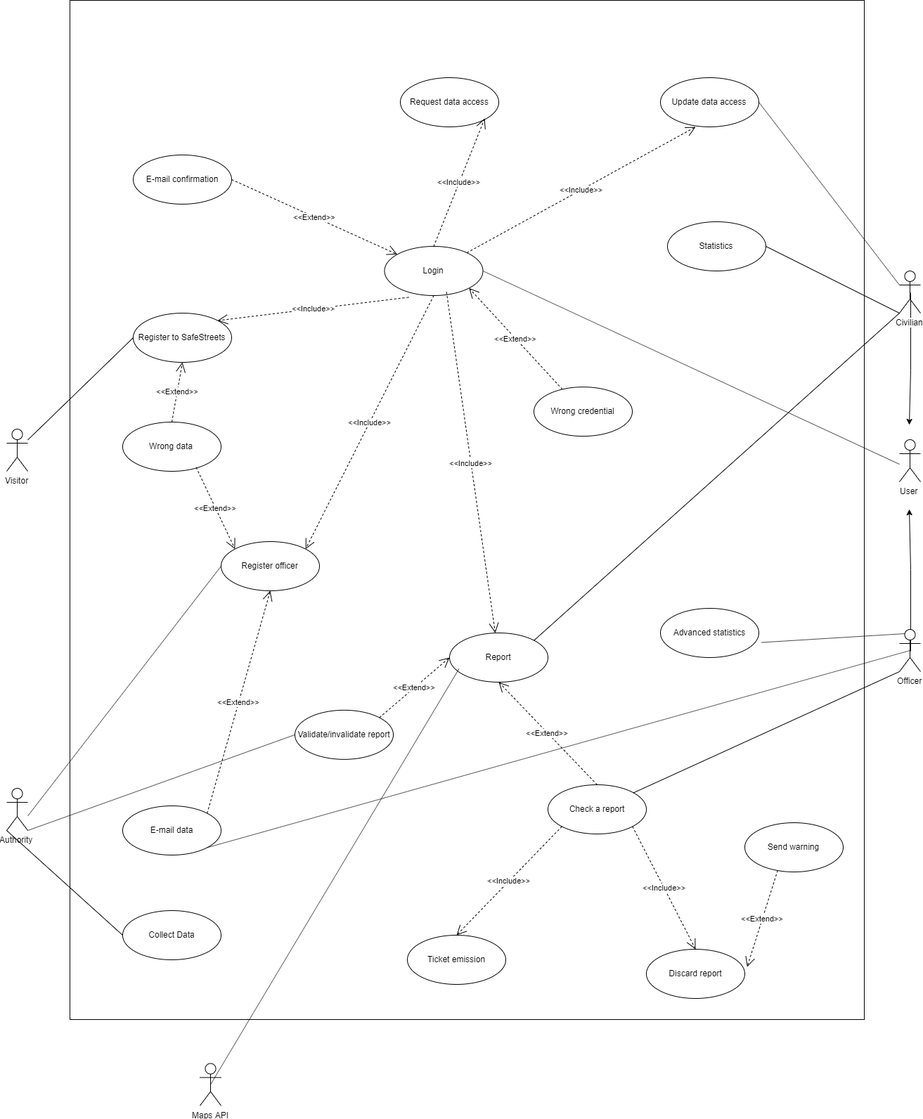
The draw.io diagram RASD/Images/UseCaseDiagram.png in marcuz1996/Software-Engineering-Project, before a commit. Source tidied: cells renumbered, new cells last; positions are measured from the earlier drawing's top-left corner, leaving out a move shared by most shapes.
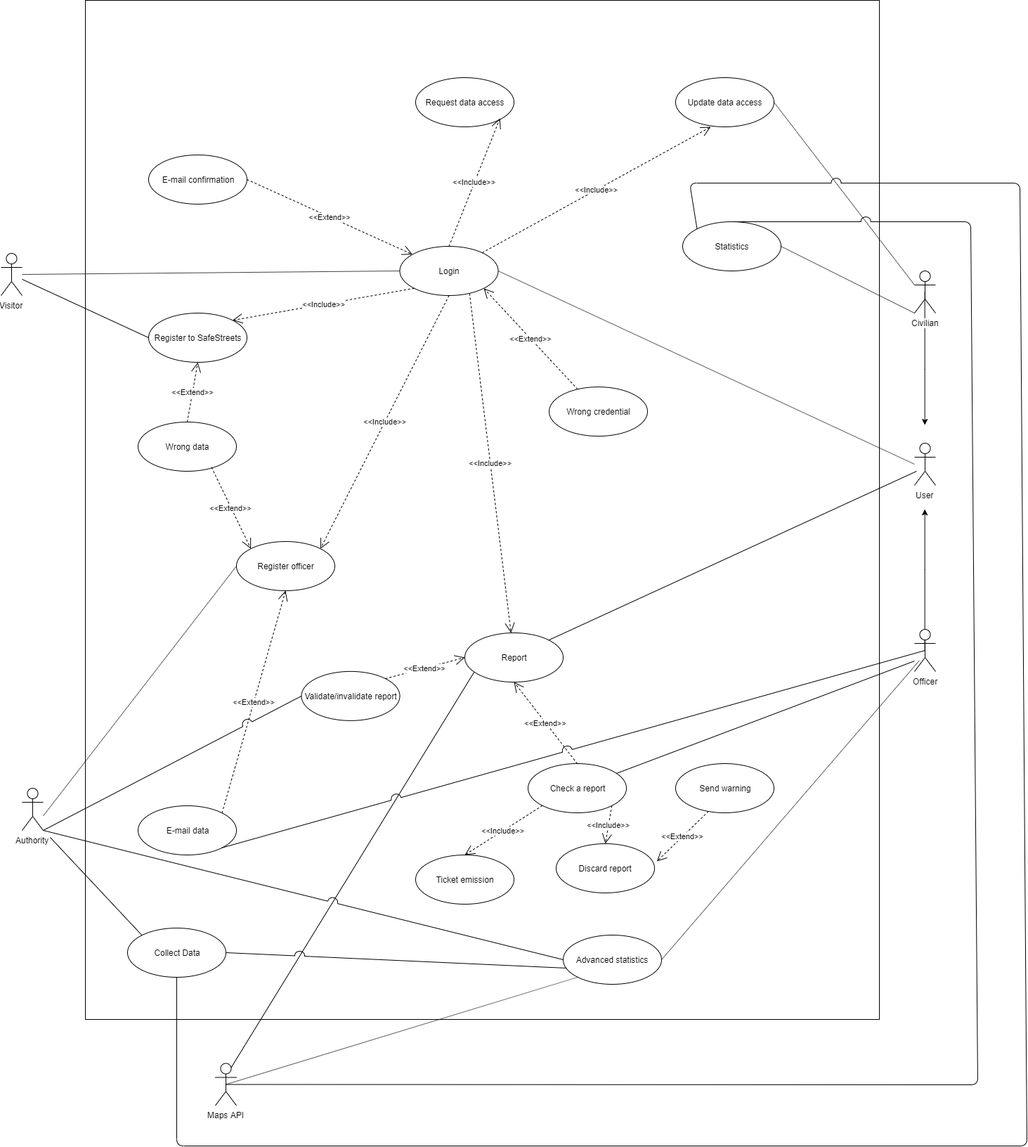
After the commit.

Diff of the diagram source:
```diff
@@ -6,7 +6,7 @@
       <mxGeometry x="90" width="1130" height="1450" as="geometry" />
     </mxCell>
     <mxCell id="3" value="Visitor" style="shape=umlActor;verticalLabelPosition=bottom;labelBackgroundColor=#ffffff;verticalAlign=top;html=1;" parent="1" vertex="1">
-      <mxGeometry y="610" width="30" height="60" as="geometry" />
+      <mxGeometry x="-30" y="360" width="30" height="60" as="geometry" />
     </mxCell>
     <mxCell id="4" value="Register to SafeStreets" style="ellipse;whiteSpace=wrap;html=1;" parent="1" vertex="1">
       <mxGeometry x="180" y="445" width="140" height="70" as="geometry" />
@@ -23,7 +23,7 @@
     <mxCell id="8" value="&amp;lt;&amp;lt;Extend&amp;gt;&amp;gt;" style="endArrow=open;endSize=12;dashed=1;html=1;entryX=1;entryY=1;entryDx=0;entryDy=0;" parent="1" edge="1" source="11" target="7">
       <mxGeometry relative="1" as="geometry" />
     </mxCell>
-    <mxCell id="9" value="&amp;lt;&amp;lt;Include&amp;gt;&amp;gt;&lt;br&gt;" style="endArrow=open;endSize=12;dashed=1;html=1;entryX=1;entryY=0;entryDx=0;entryDy=0;exitX=0.246;exitY=1.035;exitDx=0;exitDy=0;exitPerimeter=0;" parent="1" edge="1" source="7" target="4">
+    <mxCell id="9" value="&amp;lt;&amp;lt;Include&amp;gt;&amp;gt;&lt;br&gt;" style="endArrow=open;endSize=12;dashed=1;html=1;entryX=1;entryY=0;entryDx=0;entryDy=0;exitX=0;exitY=1;exitDx=0;exitDy=0;" parent="1" edge="1" source="7" target="4">
       <mxGeometry relative="1" as="geometry" />
     </mxCell>
     <mxCell id="10" value="&amp;lt;&amp;lt;Include&amp;gt;&amp;gt;&lt;br&gt;" style="endArrow=open;endSize=12;dashed=1;html=1;entryX=1;entryY=0;entryDx=0;entryDy=0;exitX=0.5;exitY=1;exitDx=0;exitDy=0;" parent="1" edge="1" source="7" target="6">
@@ -47,7 +47,7 @@
       </mxGeometry>
     </mxCell>
     <mxCell id="16" value="User&lt;br&gt;" style="shape=umlActor;verticalLabelPosition=bottom;labelBackgroundColor=#ffffff;verticalAlign=top;html=1;" parent="1" vertex="1">
-      <mxGeometry x="1270" y="625" width="30" height="60" as="geometry" />
+      <mxGeometry x="1270" y="630" width="30" height="60" as="geometry" />
     </mxCell>
     <mxCell id="17" style="edgeStyle=orthogonalEdgeStyle;rounded=0;jettySize=auto;html=1;exitX=0.5;exitY=0.5;exitDx=0;exitDy=0;exitPerimeter=0;" parent="1" edge="1" source="18">
       <mxGeometry relative="1" as="geometry">
@@ -82,19 +82,19 @@
       <mxGeometry x="630" y="900" width="140" height="70" as="geometry" />
     </mxCell>
     <mxCell id="23" value="Check a report" style="ellipse;whiteSpace=wrap;html=1;" parent="1" vertex="1">
-      <mxGeometry x="770" y="1116" width="140" height="70" as="geometry" />
+      <mxGeometry x="720" y="1086" width="140" height="70" as="geometry" />
     </mxCell>
     <mxCell id="24" value="Ticket emission" style="ellipse;whiteSpace=wrap;html=1;" parent="1" vertex="1">
-      <mxGeometry x="570" y="1330" width="140" height="70" as="geometry" />
+      <mxGeometry x="560" y="1216" width="140" height="70" as="geometry" />
     </mxCell>
-    <mxCell id="25" value="&amp;lt;&amp;lt;Include&amp;gt;&amp;gt;&lt;br&gt;" style="endArrow=open;endSize=12;dashed=1;html=1;exitX=0.63;exitY=0.928;exitDx=0;exitDy=0;exitPerimeter=0;" parent="1" edge="1" source="7" target="22">
+    <mxCell id="25" value="&amp;lt;&amp;lt;Include&amp;gt;&amp;gt;&lt;br&gt;" style="endArrow=open;endSize=12;dashed=1;html=1;exitX=0.709;exitY=0.959;exitDx=0;exitDy=0;exitPerimeter=0;" parent="1" edge="1" source="7" target="22">
       <mxGeometry relative="1" as="geometry" />
     </mxCell>
     <mxCell id="26" value="&amp;lt;&amp;lt;Extend&amp;gt;&amp;gt;" style="endArrow=open;endSize=12;dashed=1;html=1;exitX=0.5;exitY=0;exitDx=0;exitDy=0;entryX=0.5;entryY=1;entryDx=0;entryDy=0;" parent="1" edge="1" source="23" target="22">
       <mxGeometry relative="1" as="geometry" />
     </mxCell>
     <mxCell id="27" value="Discard report" style="ellipse;whiteSpace=wrap;html=1;" parent="1" vertex="1">
-      <mxGeometry x="910" y="1350" width="140" height="70" as="geometry" />
+      <mxGeometry x="760" y="1200" width="140" height="70" as="geometry" />
     </mxCell>
     <mxCell id="28" value="Request data access" style="ellipse;whiteSpace=wrap;html=1;" parent="1" vertex="1">
       <mxGeometry x="560" y="110" width="140" height="70" as="geometry" />
@@ -112,11 +112,13 @@
         <mxPoint x="980" y="180" as="targetPoint" />
       </mxGeometry>
     </mxCell>
-    <mxCell id="32" style="endArrow=none;html=1;entryX=0;entryY=1;entryDx=0;entryDy=0;entryPerimeter=0;" parent="1" edge="1" source="23" target="18">
-      <mxGeometry relative="1" as="geometry" />
+    <mxCell id="32" style="endArrow=none;html=1;" parent="1" edge="1" source="23">
+      <mxGeometry relative="1" as="geometry">
+        <mxPoint x="1270" y="940" as="targetPoint" />
+      </mxGeometry>
     </mxCell>
     <mxCell id="33" value="Send warning" style="ellipse;whiteSpace=wrap;html=1;" parent="1" vertex="1">
-      <mxGeometry x="1050" y="1170" width="140" height="70" as="geometry" />
+      <mxGeometry x="930" y="1086" width="140" height="70" as="geometry" />
     </mxCell>
     <mxCell id="34" value="&amp;lt;&amp;lt;Extend&amp;gt;&amp;gt;" style="endArrow=open;endSize=12;dashed=1;html=1;exitX=0.334;exitY=0.97;exitDx=0;exitDy=0;entryX=1.024;entryY=0.359;entryDx=0;entryDy=0;entryPerimeter=0;exitPerimeter=0;" parent="1" edge="1" source="33" target="27">
       <mxGeometry relative="1" as="geometry" />
@@ -125,18 +127,18 @@
       <mxGeometry x="940" y="315" width="140" height="70" as="geometry" />
     </mxCell>
     <mxCell id="36" value="Advanced statistics" style="ellipse;whiteSpace=wrap;html=1;" parent="1" vertex="1">
-      <mxGeometry x="930" y="865" width="140" height="70" as="geometry" />
+      <mxGeometry x="770" y="1330" width="140" height="70" as="geometry" />
     </mxCell>
     <mxCell id="37" style="endArrow=none;html=1;exitX=1;exitY=0.5;exitDx=0;exitDy=0;entryX=0;entryY=1;entryDx=0;entryDy=0;entryPerimeter=0;" parent="1" edge="1" source="35" target="20">
       <mxGeometry relative="1" as="geometry" />
     </mxCell>
-    <mxCell id="38" style="endArrow=none;html=1;entryX=0.25;entryY=0.1;entryDx=0;entryDy=0;entryPerimeter=0;exitX=1.028;exitY=0.693;exitDx=0;exitDy=0;exitPerimeter=0;" parent="1" edge="1" source="36" target="18">
+    <mxCell id="38" style="endArrow=none;html=1;entryX=0.229;entryY=0.74;entryDx=0;entryDy=0;entryPerimeter=0;exitX=1;exitY=0.5;exitDx=0;exitDy=0;" parent="1" edge="1" source="36" target="18">
       <mxGeometry relative="1" as="geometry" />
     </mxCell>
     <mxCell id="39" value="Maps API" style="shape=umlActor;verticalLabelPosition=bottom;labelBackgroundColor=#ffffff;verticalAlign=top;html=1;" parent="1" vertex="1">
       <mxGeometry x="275" y="1512.5" width="30" height="60" as="geometry" />
     </mxCell>
-    <mxCell id="40" style="endArrow=none;html=1;exitX=0.5;exitY=0.5;exitDx=0;exitDy=0;exitPerimeter=0;entryX=0.096;entryY=0.729;entryDx=0;entryDy=0;entryPerimeter=0;" parent="1" edge="1" source="39" target="22">
+    <mxCell id="40" style="endArrow=none;html=1;exitX=0.75;exitY=0.1;exitDx=0;exitDy=0;exitPerimeter=0;entryX=0.094;entryY=0.8;entryDx=0;entryDy=0;entryPerimeter=0;" parent="1" edge="1" source="39" target="22">
       <mxGeometry relative="1" as="geometry" />
     </mxCell>
     <mxCell id="41" value="E-mail data" style="ellipse;whiteSpace=wrap;html=1;" parent="1" vertex="1">
@@ -145,7 +147,7 @@
     <mxCell id="42" value="&amp;lt;&amp;lt;Extend&amp;gt;&amp;gt;" style="endArrow=open;endSize=12;dashed=1;html=1;exitX=1;exitY=0;exitDx=0;exitDy=0;entryX=0.5;entryY=1;entryDx=0;entryDy=0;" parent="1" edge="1" source="41" target="6">
       <mxGeometry relative="1" as="geometry" />
     </mxCell>
-    <mxCell id="43" style="endArrow=none;html=1;entryX=0.5;entryY=0.5;entryDx=0;entryDy=0;entryPerimeter=0;exitX=1;exitY=1;exitDx=0;exitDy=0;" parent="1" edge="1" source="41" target="18">
+    <mxCell id="43" style="endArrow=none;html=1;entryX=0.5;entryY=0.5;entryDx=0;entryDy=0;entryPerimeter=0;exitX=1;exitY=1;exitDx=0;exitDy=0;jumpStyle=arc;jumpSize=14;" parent="1" edge="1" source="41" target="18">
       <mxGeometry relative="1" as="geometry" />
     </mxCell>
     <mxCell id="44" value="Wrong data" style="ellipse;whiteSpace=wrap;html=1;" parent="1" vertex="1">
@@ -164,25 +166,61 @@
       <mxGeometry relative="1" as="geometry" />
     </mxCell>
     <mxCell id="49" value="Validate/invalidate report" style="ellipse;whiteSpace=wrap;html=1;" parent="1" vertex="1">
-      <mxGeometry x="410" y="1009.9" width="140" height="70" as="geometry" />
+      <mxGeometry x="397.5" y="954.9" width="140" height="70" as="geometry" />
     </mxCell>
     <mxCell id="50" value="&amp;lt;&amp;lt;Extend&amp;gt;&amp;gt;" style="endArrow=open;endSize=12;dashed=1;html=1;exitX=1;exitY=0;exitDx=0;exitDy=0;entryX=0;entryY=0.5;entryDx=0;entryDy=0;" parent="1" edge="1" source="49" target="22">
       <mxGeometry relative="1" as="geometry" />
     </mxCell>
-    <mxCell id="51" style="endArrow=none;html=1;entryX=0;entryY=0.5;entryDx=0;entryDy=0;exitX=1;exitY=1;exitDx=0;exitDy=0;exitPerimeter=0;" parent="1" edge="1" source="5" target="49">
+    <mxCell id="51" style="endArrow=none;html=1;entryX=0;entryY=0.5;entryDx=0;entryDy=0;exitX=1;exitY=1;exitDx=0;exitDy=0;exitPerimeter=0;jumpStyle=arc;jumpSize=14;" parent="1" edge="1" source="5" target="49">
       <mxGeometry relative="1" as="geometry" />
     </mxCell>
+    <mxCell id="54" style="endArrow=none;html=1;exitX=1;exitY=0.5;exitDx=0;exitDy=0;entryX=0;entryY=0.3333333333333333;entryDx=0;entryDy=0;entryPerimeter=0;" parent="1" edge="1" source="30" target="20">
+      <mxGeometry relative="1" as="geometry" />
+    </mxCell>
+    <mxCell id="56" style="endArrow=none;html=1;exitX=1;exitY=0;exitDx=0;exitDy=0;" parent="1" edge="1" source="22">
+      <mxGeometry relative="1" as="geometry">
+        <mxPoint x="1273" y="670" as="targetPoint" />
+      </mxGeometry>
+    </mxCell>
+    <mxCell id="57" style="endArrow=none;html=1;entryX=0;entryY=0.5;entryDx=0;entryDy=0;exitX=1;exitY=1;exitDx=0;exitDy=0;exitPerimeter=0;jumpStyle=arc;jumpSize=14;" parent="1" edge="1" source="5" target="36">
+      <mxGeometry relative="1" as="geometry" />
+    </mxCell>
+    <mxCell id="58" style="endArrow=none;html=1;entryX=0;entryY=0.5;entryDx=0;entryDy=0;" parent="1" edge="1" target="7">
+      <mxGeometry relative="1" as="geometry">
+        <mxPoint y="390" as="sourcePoint" />
+      </mxGeometry>
+    </mxCell>
+    <mxCell id="59" style="endArrow=none;html=1;exitX=0.5;exitY=0.5;exitDx=0;exitDy=0;exitPerimeter=0;entryX=0;entryY=1;entryDx=0;entryDy=0;" parent="1" edge="1" source="39" target="36">
+      <mxGeometry relative="1" as="geometry" />
+    </mxCell>
+    <mxCell id="60" style="endArrow=none;html=1;exitX=0.5;exitY=0.5;exitDx=0;exitDy=0;exitPerimeter=0;entryX=0.5;entryY=0;entryDx=0;entryDy=0;jumpStyle=arc;jumpSize=14;" parent="1" edge="1" source="39" target="35">
+      <mxGeometry relative="1" as="geometry">
+        <Array as="points">
+          <mxPoint x="1360" y="1543" />
+          <mxPoint x="1350" y="315" />
+        </Array>
+      </mxGeometry>
+    </mxCell>
     <mxCell id="52" value="Collect Data" style="ellipse;whiteSpace=wrap;html=1;" parent="1" vertex="1">
-      <mxGeometry x="165" y="1295" width="140" height="70" as="geometry" />
+      <mxGeometry x="150" y="1320" width="140" height="70" as="geometry" />
     </mxCell>
-    <mxCell id="53" style="endArrow=none;html=1;entryX=0;entryY=0.5;entryDx=0;entryDy=0;exitX=0;exitY=1;exitDx=0;exitDy=0;exitPerimeter=0;" parent="1" edge="1" source="5" target="52">
-      <mxGeometry relative="1" as="geometry" />
-    </mxCell>
-    <mxCell id="54" style="endArrow=none;html=1;exitX=1;exitY=0.5;exitDx=0;exitDy=0;entryX=0;entryY=0.3333333333333333;entryDx=0;entryDy=0;entryPerimeter=0;" parent="1" edge="1" source="30" target="20">
-      <mxGeometry relative="1" as="geometry" />
-    </mxCell>
-    <mxCell id="55" style="endArrow=none;html=1;exitX=1;exitY=0;exitDx=0;exitDy=0;entryX=0;entryY=1;entryDx=0;entryDy=0;entryPerimeter=0;" parent="1" edge="1" source="22" target="20">
-      <mxGeometry relative="1" as="geometry" />
-    </mxCell>
+    <mxCell id="61" style="endArrow=none;html=1;entryX=0;entryY=0;entryDx=0;entryDy=0;exitX=1;exitY=1;exitDx=0;exitDy=0;exitPerimeter=0;jumpStyle=arc;jumpSize=14;" parent="1" edge="1" target="52">
+      <mxGeometry relative="1" as="geometry">
+        <mxPoint x="40" y="1191" as="sourcePoint" />
+      </mxGeometry>
+    </mxCell>
+    <mxCell id="62" style="endArrow=none;html=1;entryX=0.032;entryY=0.671;entryDx=0;entryDy=0;exitX=1;exitY=0.5;exitDx=0;exitDy=0;jumpStyle=arc;jumpSize=14;entryPerimeter=0;" parent="1" edge="1" source="52" target="36">
+      <mxGeometry relative="1" as="geometry" />
+    </mxCell>
+    <mxCell id="63" style="endArrow=none;html=1;entryX=0;entryY=0;entryDx=0;entryDy=0;exitX=0.5;exitY=1;exitDx=0;exitDy=0;jumpStyle=arc;jumpSize=14;" parent="1" edge="1" source="52" target="35">
+      <mxGeometry relative="1" as="geometry">
+        <Array as="points">
+          <mxPoint x="220" y="1630" />
+          <mxPoint x="1430" y="1630" />
+          <mxPoint x="1420" y="260" />
+          <mxPoint x="950" y="260" />
+        </Array>
+      </mxGeometry>
+    </mxCell>
   </root>
 </mxGraphModel>
```
